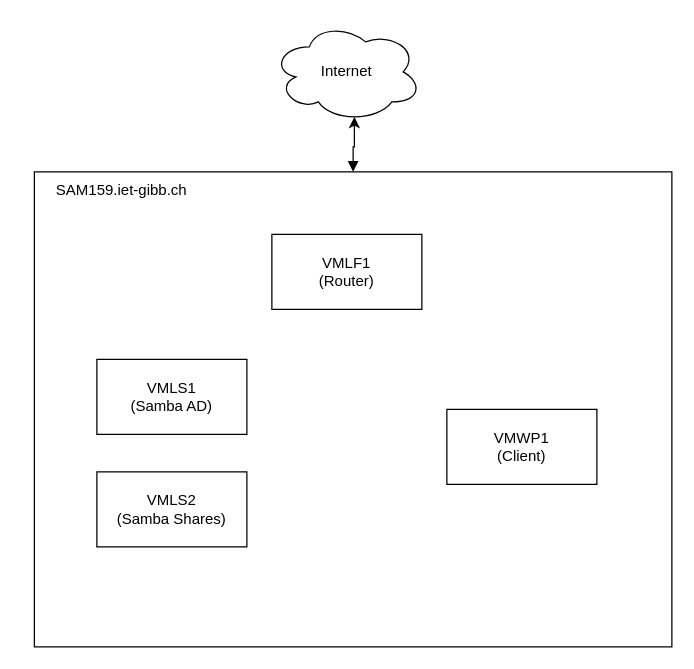
Earlier version of the draw.io diagram M159_LB3_Netzplan_Konzept.drawio (dome16/gibb_M159_dae). Source tidied: cells renumbered, new cells numbered last; positions are measured from the earlier drawing's top-left corner, leaving out a move shared by most shapes. Both pictures are drawn from the tidied source at 125%, with x=0, y=0 at pixel (34, 21).
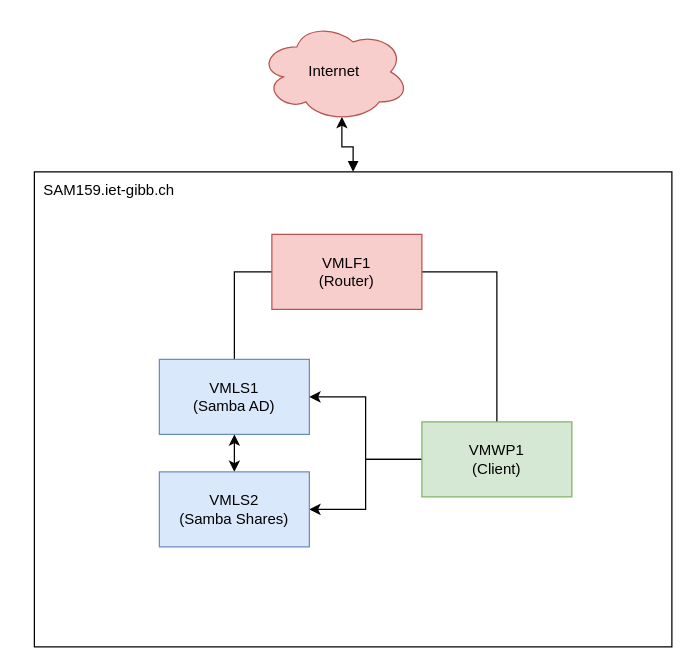
The same page after the edit.

What changed in the source:
```diff
@@
 <mxGraphModel>
   <root>
     <mxCell id="0" />
     <mxCell id="1" parent="0" />
     <mxCell id="2" style="edgeStyle=orthogonalEdgeStyle;rounded=0;jettySize=auto;html=1;exitX=0.5;exitY=0;exitDx=0;exitDy=0;entryX=0.55;entryY=0.95;entryDx=0;entryDy=0;entryPerimeter=0;startArrow=block;startFill=1;" parent="1" edge="1" source="3" target="8">
       <mxGeometry relative="1" as="geometry" />
     </mxCell>
     <mxCell id="3" style="rounded=0;whiteSpace=wrap;html=1;" parent="1" vertex="1">
       <mxGeometry y="120" width="510" height="380" as="geometry" />
     </mxCell>
+    <mxCell id="10" style="edgeStyle=orthogonalEdgeStyle;rounded=0;jettySize=auto;html=1;exitX=0.5;exitY=0;exitDx=0;exitDy=0;entryX=0;entryY=0.5;entryDx=0;entryDy=0;startArrow=none;startFill=0;endArrow=none;endFill=0;" parent="1" edge="1" source="4" target="6">
+      <mxGeometry relative="1" as="geometry" />
+    </mxCell>
-    <mxCell id="4" value="VMLS1&lt;br&gt;(Samba AD)" style="rounded=0;whiteSpace=wrap;html=1;" parent="1" vertex="1">
-      <mxGeometry x="50" y="270" width="120" height="60" as="geometry" />
+    <mxCell id="4" value="VMLS1&lt;br&gt;(Samba AD)" style="rounded=0;whiteSpace=wrap;html=1;fillColor=#dae8fc;strokeColor=#6c8ebf;" parent="1" vertex="1">
+      <mxGeometry x="100" y="270" width="120" height="60" as="geometry" />
     </mxCell>
+    <mxCell id="11" style="edgeStyle=orthogonalEdgeStyle;rounded=0;jettySize=auto;html=1;exitX=0.5;exitY=0;exitDx=0;exitDy=0;entryX=1;entryY=0.5;entryDx=0;entryDy=0;startArrow=none;startFill=0;endArrow=none;endFill=0;" parent="1" edge="1" source="5" target="6">
+      <mxGeometry relative="1" as="geometry" />
+    </mxCell>
+    <mxCell id="12" style="edgeStyle=orthogonalEdgeStyle;rounded=0;jettySize=auto;html=1;exitX=0;exitY=0.5;exitDx=0;exitDy=0;entryX=1;entryY=0.5;entryDx=0;entryDy=0;startArrow=none;startFill=0;endArrow=classic;endFill=1;" parent="1" edge="1" source="5" target="4">
+      <mxGeometry relative="1" as="geometry" />
+    </mxCell>
+    <mxCell id="13" style="edgeStyle=orthogonalEdgeStyle;rounded=0;jettySize=auto;html=1;exitX=0;exitY=0.5;exitDx=0;exitDy=0;entryX=1;entryY=0.5;entryDx=0;entryDy=0;startArrow=none;startFill=0;endArrow=classic;endFill=1;" parent="1" edge="1" source="5" target="7">
+      <mxGeometry relative="1" as="geometry" />
+    </mxCell>
-    <mxCell id="5" value="VMWP1&lt;br&gt;(Client)" style="rounded=0;whiteSpace=wrap;html=1;" parent="1" vertex="1">
-      <mxGeometry x="330" y="310" width="120" height="60" as="geometry" />
+    <mxCell id="5" value="VMWP1&lt;br&gt;(Client)" style="rounded=0;whiteSpace=wrap;html=1;fillColor=#d5e8d4;strokeColor=#82b366;" parent="1" vertex="1">
+      <mxGeometry x="310" y="320" width="120" height="60" as="geometry" />
     </mxCell>
-    <mxCell id="6" value="VMLF1&lt;br&gt;(Router)" style="rounded=0;whiteSpace=wrap;html=1;" parent="1" vertex="1">
+    <mxCell id="6" value="VMLF1&lt;br&gt;(Router)" style="rounded=0;whiteSpace=wrap;html=1;fillColor=#f8cecc;strokeColor=#b85450;" parent="1" vertex="1">
       <mxGeometry x="190" y="170" width="120" height="60" as="geometry" />
     </mxCell>
+    <mxCell id="14" style="edgeStyle=orthogonalEdgeStyle;rounded=0;jettySize=auto;html=1;exitX=0.5;exitY=0;exitDx=0;exitDy=0;entryX=0.5;entryY=1;entryDx=0;entryDy=0;startArrow=classic;startFill=1;endArrow=classic;endFill=1;" parent="1" edge="1" source="7" target="4">
+      <mxGeometry relative="1" as="geometry" />
+    </mxCell>
-    <mxCell id="7" value="VMLS2&lt;br&gt;(Samba Shares)" style="rounded=0;whiteSpace=wrap;html=1;" parent="1" vertex="1">
-      <mxGeometry x="50" y="360" width="120" height="60" as="geometry" />
+    <mxCell id="7" value="VMLS2&lt;br&gt;(Samba Shares)" style="rounded=0;whiteSpace=wrap;html=1;fillColor=#dae8fc;strokeColor=#6c8ebf;" parent="1" vertex="1">
+      <mxGeometry x="100" y="360" width="120" height="60" as="geometry" />
     </mxCell>
-    <mxCell id="8" value="Internet" style="ellipse;shape=cloud;whiteSpace=wrap;html=1;" parent="1" vertex="1">
-      <mxGeometry x="190" width="120" height="80" as="geometry" />
+    <mxCell id="8" value="Internet" style="ellipse;shape=cloud;whiteSpace=wrap;html=1;fillColor=#f8cecc;strokeColor=#b85450;" parent="1" vertex="1">
+      <mxGeometry x="180" width="120" height="80" as="geometry" />
     </mxCell>
     <mxCell id="9" value="SAM159.iet-gibb.ch" style="text;html=1;strokeColor=none;fillColor=none;align=center;verticalAlign=middle;whiteSpace=wrap;rounded=0;" parent="1" vertex="1">
-      <mxGeometry y="120" width="140" height="30" as="geometry" />
+      <mxGeometry x="-10" y="120" width="140" height="30" as="geometry" />
     </mxCell>
   </root>
 </mxGraphModel>
```
